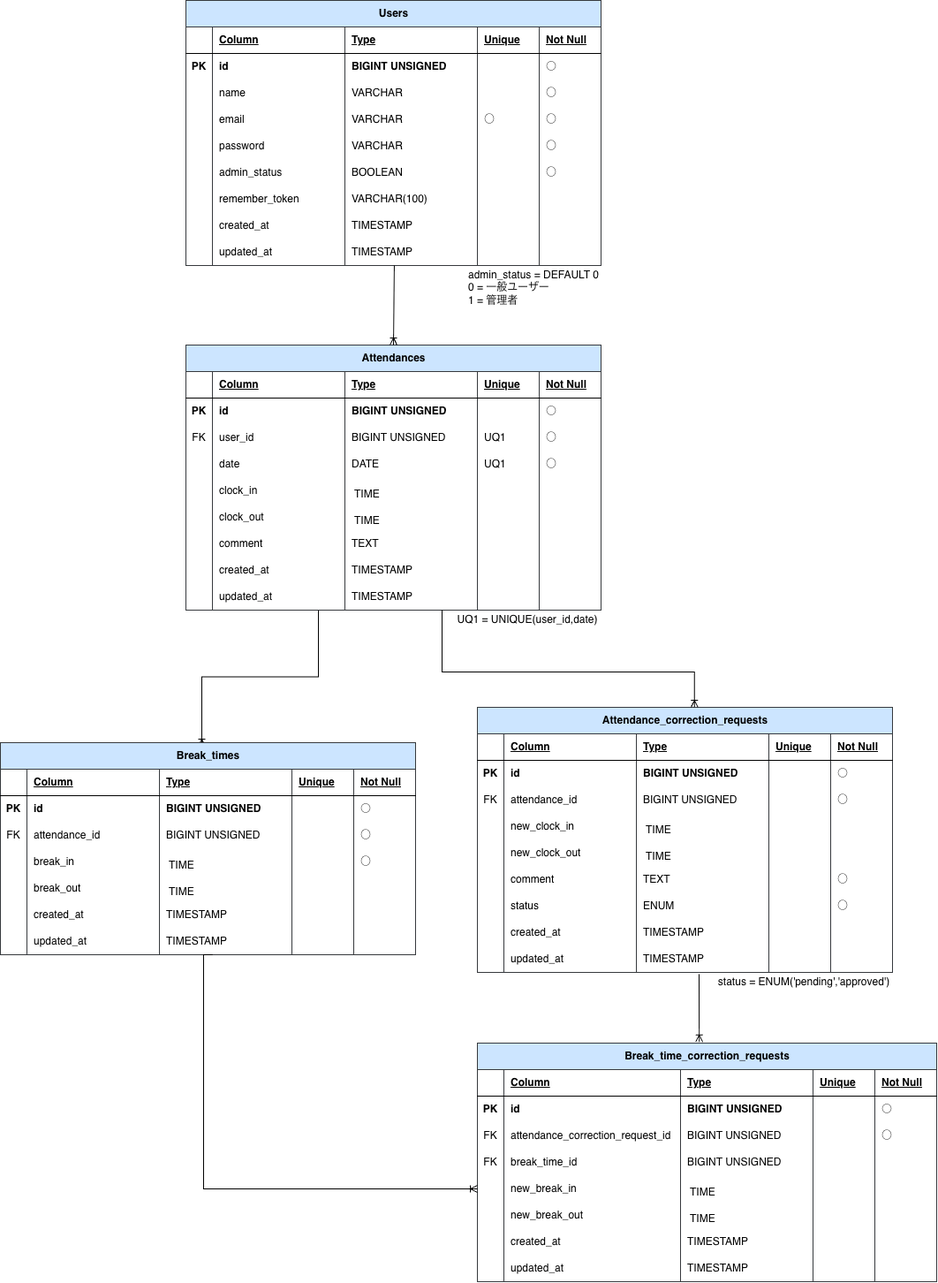
This is docs/勤怠管理システム_ER図.drawio.png from Satoshi-Kamoshida/attendance-app, a draw.io export, as it was before one commit. Source tidied: cells renumbered, new cells last; positions are measured from the earlier drawing's top-left corner, leaving out a move shared by most shapes.
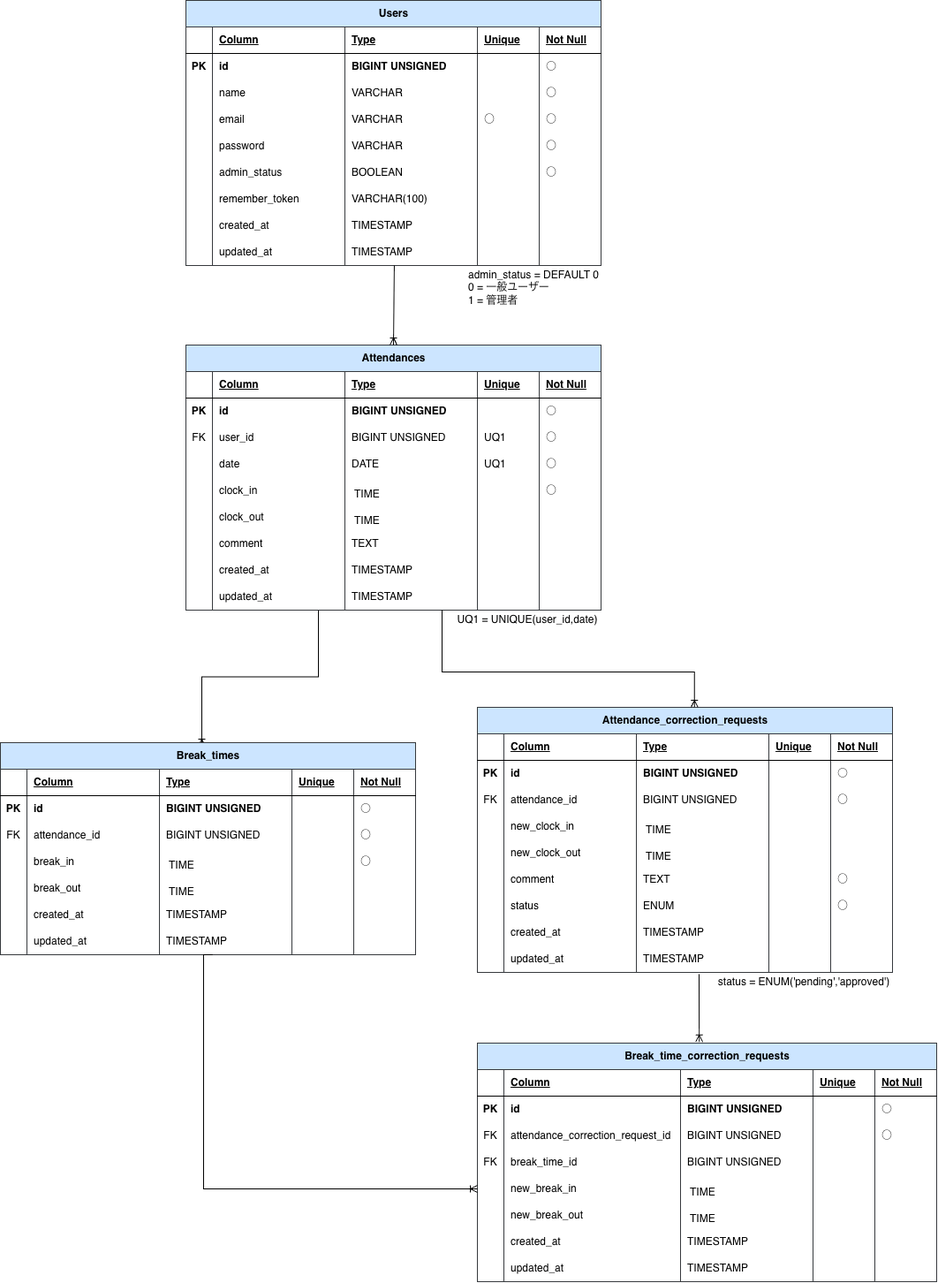
After the commit.

What changed in the source:
```diff
@@ -262,7 +262,7 @@
     <mxCell id="87" style="shape=partialRectangle;fillColor=none;top=0;left=0;bottom=0;right=0;align=left;spacingLeft=6;overflow=hidden;whiteSpace=wrap;html=1;" parent="83" vertex="1">
       <mxGeometry x="330" width="70" height="30" as="geometry" />
     </mxCell>
-    <mxCell id="88" style="shape=partialRectangle;fillColor=none;top=0;left=0;bottom=0;right=0;align=left;spacingLeft=6;overflow=hidden;whiteSpace=wrap;html=1;" parent="83" vertex="1">
+    <mxCell id="88" value="○" style="shape=partialRectangle;fillColor=none;top=0;left=0;bottom=0;right=0;align=left;spacingLeft=6;overflow=hidden;whiteSpace=wrap;html=1;" parent="83" vertex="1">
       <mxGeometry x="400" width="70" height="30" as="geometry" />
     </mxCell>
     <mxCell id="89" style="shape=tableRow;horizontal=0;startSize=0;swimlaneHead=0;swimlaneBody=0;fillColor=none;top=0;left=0;right=0;bottom=0;" parent="58" vertex="1">
```
